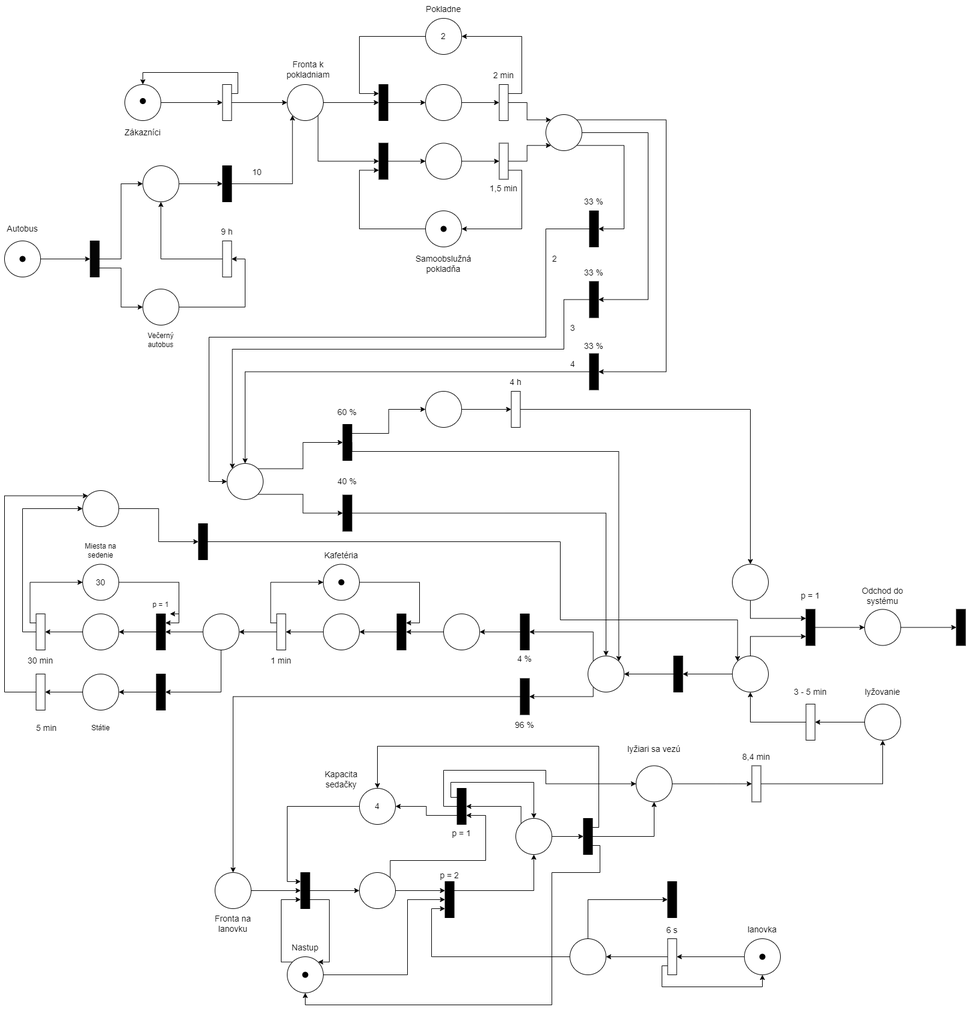
Dusko-8/IMS keeps this draw.io diagram as docs/petriho-siet.png. Above is the earlier version. Source tidied: cells renumbered, new cells last; positions are measured from the earlier drawing's top-left corner, leaving out a move shared by most shapes.
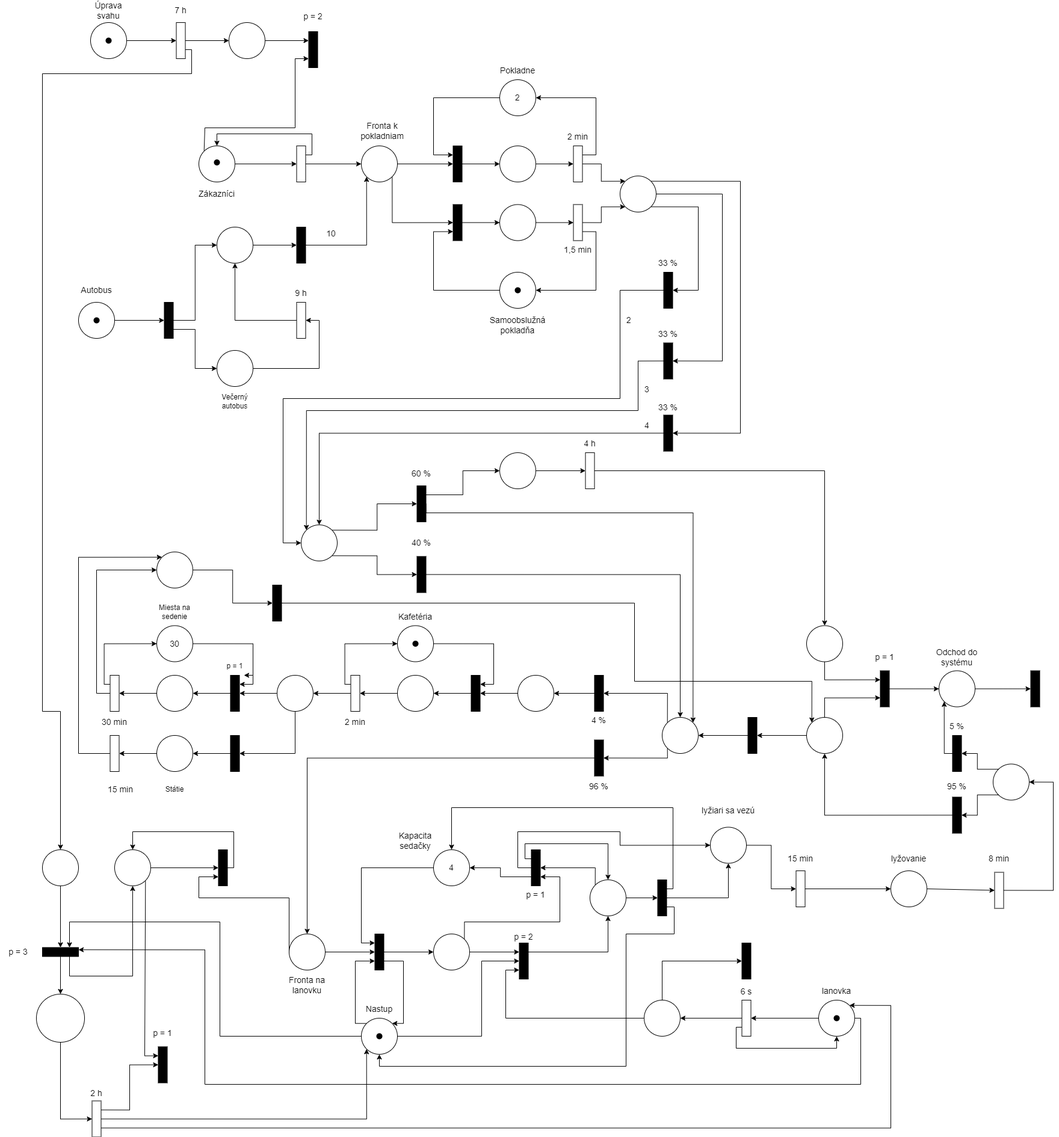
After the change.

Diff of the diagram source:
```diff
@@ -181,3 +181,3 @@
     </mxCell>
-    <mxCell id="41" style="endArrow=classic;html=1;rounded=0;exitX=1;exitY=0.5;exitDx=0;exitDy=0;exitPerimeter=0;entryX=0.5;entryY=0;entryDx=0;entryDy=0;" parent="1" edge="1" source="34" target="42">
+    <mxCell id="41" style="endArrow=classic;html=1;rounded=0;exitX=1;exitY=0.5;exitDx=0;exitDy=0;exitPerimeter=0;entryX=0.5;entryY=0;entryDx=0;entryDy=0;edgeStyle=orthogonalEdgeStyle;" parent="1" edge="1" source="34" target="42">
       <mxGeometry relative="1" as="geometry" />
@@ -185,6 +185,6 @@
     <mxCell id="42" style="rounded=0;whiteSpace=wrap;html=1;rotation=-90;fillColor=#FFFFFF;" parent="1" vertex="1">
-      <mxGeometry x="1220" y="1295" width="60" height="15" as="geometry" />
+      <mxGeometry x="1170" y="1367.5" width="60" height="15" as="geometry" />
     </mxCell>
-    <mxCell id="43" value="&lt;font style=&quot;font-size: 14px;&quot;&gt;8,4 min&lt;/font&gt;" style="text;html=1;strokeColor=none;fillColor=none;align=center;verticalAlign=middle;whiteSpace=wrap;rounded=0;" parent="1" vertex="1">
-      <mxGeometry x="1220" y="1242.5" width="60" height="30" as="geometry" />
+    <mxCell id="43" value="&lt;font style=&quot;font-size: 14px;&quot;&gt;15 min&lt;/font&gt;" style="text;html=1;strokeColor=none;fillColor=none;align=center;verticalAlign=middle;whiteSpace=wrap;rounded=0;" parent="1" vertex="1">
+      <mxGeometry x="1170" y="1310" width="60" height="30" as="geometry" />
     </mxCell>
@@ -196,3 +196,3 @@
     </mxCell>
-    <mxCell id="46" style="endArrow=classic;html=1;rounded=0;exitX=0.5;exitY=1;exitDx=0;exitDy=0;entryX=0.5;entryY=1;entryDx=0;entryDy=0;entryPerimeter=0;edgeStyle=orthogonalEdgeStyle;" parent="1" edge="1" source="42" target="47">
+    <mxCell id="46" style="endArrow=classic;html=1;rounded=0;exitX=0.5;exitY=1;exitDx=0;exitDy=0;edgeStyle=orthogonalEdgeStyle;entryX=0;entryY=0.5;entryDx=0;entryDy=0;entryPerimeter=0;" parent="1" edge="1" source="42" target="47">
       <mxGeometry relative="1" as="geometry" />
@@ -200,5 +200,5 @@
     <mxCell id="47" style="verticalLabelPosition=bottom;verticalAlign=top;html=1;shape=mxgraph.flowchart.on-page_reference;fillColor=none;" parent="1" vertex="1">
-      <mxGeometry x="1430" y="1170" width="60" height="60" as="geometry" />
+      <mxGeometry x="1350" y="1345" width="60" height="60" as="geometry" />
     </mxCell>
-    <mxCell id="48" style="endArrow=classic;html=1;rounded=0;exitX=0;exitY=0.5;exitDx=0;exitDy=0;exitPerimeter=0;entryX=0.5;entryY=1;entryDx=0;entryDy=0;" parent="1" edge="1" source="47" target="49">
+    <mxCell id="48" style="endArrow=classic;html=1;rounded=0;exitX=1;exitY=0.5;exitDx=0;exitDy=0;exitPerimeter=0;entryX=0.5;entryY=0;entryDx=0;entryDy=0;" parent="1" edge="1" source="47" target="49">
       <mxGeometry relative="1" as="geometry" />
@@ -206,8 +206,8 @@
     <mxCell id="49" style="rounded=0;whiteSpace=wrap;html=1;rotation=-90;fillColor=#FFFFFF;" parent="1" vertex="1">
-      <mxGeometry x="1310" y="1192.5" width="60" height="15" as="geometry" />
+      <mxGeometry x="1500" y="1370" width="60" height="15" as="geometry" />
     </mxCell>
-    <mxCell id="50" value="&lt;font style=&quot;font-size: 14px;&quot;&gt;3 - 5 min&lt;/font&gt;" style="text;html=1;strokeColor=none;fillColor=none;align=center;verticalAlign=middle;whiteSpace=wrap;rounded=0;" parent="1" vertex="1">
-      <mxGeometry x="1310" y="1135" width="60" height="30" as="geometry" />
+    <mxCell id="50" value="&lt;font style=&quot;font-size: 14px;&quot;&gt;8 min&lt;/font&gt;" style="text;html=1;strokeColor=none;fillColor=none;align=center;verticalAlign=middle;whiteSpace=wrap;rounded=0;" parent="1" vertex="1">
+      <mxGeometry x="1500" y="1310" width="60" height="30" as="geometry" />
     </mxCell>
-    <mxCell id="51" style="endArrow=classic;html=1;rounded=0;exitX=0.5;exitY=0;exitDx=0;exitDy=0;edgeStyle=orthogonalEdgeStyle;entryX=0.5;entryY=1;entryDx=0;entryDy=0;entryPerimeter=0;" parent="1" edge="1" source="49" target="139">
+    <mxCell id="51" style="endArrow=classic;html=1;rounded=0;edgeStyle=orthogonalEdgeStyle;entryX=0.5;entryY=1;entryDx=0;entryDy=0;entryPerimeter=0;exitX=0.5;exitY=0;exitDx=0;exitDy=0;" parent="1" edge="1" source="248" target="139">
       <mxGeometry relative="1" as="geometry" />
@@ -564,3 +564,3 @@
     <mxCell id="149" value="&lt;font style=&quot;font-size: 14px;&quot;&gt;lyžovanie&lt;/font&gt;" style="text;html=1;strokeColor=none;fillColor=none;align=center;verticalAlign=middle;whiteSpace=wrap;rounded=0;" parent="1" vertex="1">
-      <mxGeometry x="1420" y="1135" width="80" height="30" as="geometry" />
+      <mxGeometry x="1340" y="1310" width="80" height="30" as="geometry" />
     </mxCell>
@@ -681,3 +681,3 @@
     </mxCell>
-    <mxCell id="183" value="&lt;font style=&quot;font-size: 14px;&quot;&gt;1 min&lt;/font&gt;" style="text;html=1;strokeColor=none;fillColor=none;align=center;verticalAlign=middle;whiteSpace=wrap;rounded=0;" parent="1" vertex="1">
+    <mxCell id="183" value="&lt;font style=&quot;font-size: 14px;&quot;&gt;2 min&lt;/font&gt;" style="text;html=1;strokeColor=none;fillColor=none;align=center;verticalAlign=middle;whiteSpace=wrap;rounded=0;" parent="1" vertex="1">
       <mxGeometry x="430" y="1082.5" width="60" height="30" as="geometry" />
@@ -687,3 +687,3 @@
     </mxCell>
-    <mxCell id="185" value="&lt;font style=&quot;font-size: 14px;&quot;&gt;5 min&lt;/font&gt;" style="text;html=1;strokeColor=none;fillColor=none;align=center;verticalAlign=middle;whiteSpace=wrap;rounded=0;" parent="1" vertex="1">
+    <mxCell id="185" value="&lt;font style=&quot;font-size: 14px;&quot;&gt;15 min&lt;/font&gt;" style="text;html=1;strokeColor=none;fillColor=none;align=center;verticalAlign=middle;whiteSpace=wrap;rounded=0;" parent="1" vertex="1">
       <mxGeometry x="40" y="1195" width="60" height="30" as="geometry" />
@@ -796,2 +796,196 @@
     </mxCell>
+    <mxCell id="209" style="verticalLabelPosition=bottom;verticalAlign=top;html=1;shape=mxgraph.flowchart.on-page_reference;fillColor=none;" parent="1" vertex="1">
+      <mxGeometry x="20" y="-65" width="60" height="60" as="geometry" />
+    </mxCell>
+    <mxCell id="210" style="shape=waypoint;sketch=0;fillStyle=solid;size=6;fillColor=none;perimeter=centerPerimeter;strokeWidth=3;" parent="1" vertex="1">
+      <mxGeometry x="40" y="-45" width="20" height="20" as="geometry" />
+    </mxCell>
+    <mxCell id="211" value="&lt;font style=&quot;font-size: 14px;&quot;&gt;Úprava svahu&lt;/font&gt;" style="text;html=1;strokeColor=none;fillColor=none;align=center;verticalAlign=middle;whiteSpace=wrap;rounded=0;" parent="1" vertex="1">
+      <mxGeometry x="20" y="-100" width="60" height="30" as="geometry" />
+    </mxCell>
+    <mxCell id="212" style="endArrow=classic;html=1;rounded=0;exitX=1;exitY=0.5;exitDx=0;exitDy=0;exitPerimeter=0;entryX=0.5;entryY=0;entryDx=0;entryDy=0;" parent="1" edge="1" source="209" target="213">
+      <mxGeometry relative="1" as="geometry" />
+    </mxCell>
+    <mxCell id="213" style="rounded=0;whiteSpace=wrap;html=1;rotation=-90;fillColor=none;" parent="1" vertex="1">
+      <mxGeometry x="140" y="-42.5" width="60" height="15" as="geometry" />
+    </mxCell>
+    <mxCell id="214" value="&lt;font style=&quot;font-size: 14px;&quot;&gt;7 h&lt;/font&gt;" style="text;html=1;strokeColor=none;fillColor=none;align=center;verticalAlign=middle;whiteSpace=wrap;rounded=0;" parent="1" vertex="1">
+      <mxGeometry x="140" y="-100" width="60" height="30" as="geometry" />
+    </mxCell>
+    <mxCell id="215" style="endArrow=classic;html=1;rounded=0;exitX=0.5;exitY=1;exitDx=0;exitDy=0;entryX=0;entryY=0.5;entryDx=0;entryDy=0;entryPerimeter=0;" parent="1" edge="1" source="213" target="216">
+      <mxGeometry relative="1" as="geometry" />
+    </mxCell>
+    <mxCell id="216" style="verticalLabelPosition=bottom;verticalAlign=top;html=1;shape=mxgraph.flowchart.on-page_reference;fillColor=none;" parent="1" vertex="1">
+      <mxGeometry x="250" y="-65" width="60" height="60" as="geometry" />
+    </mxCell>
+    <mxCell id="217" style="rounded=0;whiteSpace=wrap;html=1;rotation=-90;fillColor=#000000;" parent="1" vertex="1">
+      <mxGeometry x="360" y="-27.5" width="60" height="15" as="geometry" />
+    </mxCell>
+    <mxCell id="218" style="endArrow=classic;html=1;rounded=0;exitX=1;exitY=0.5;exitDx=0;exitDy=0;exitPerimeter=0;entryX=0.75;entryY=0;entryDx=0;entryDy=0;" parent="1" edge="1" source="216" target="217">
+      <mxGeometry relative="1" as="geometry" />
+    </mxCell>
+    <mxCell id="219" style="endArrow=classic;html=1;rounded=0;exitX=0.145;exitY=0.145;exitDx=0;exitDy=0;exitPerimeter=0;edgeStyle=orthogonalEdgeStyle;entryX=0.25;entryY=0;entryDx=0;entryDy=0;" parent="1" edge="1" source="97" target="217">
+      <mxGeometry relative="1" as="geometry">
+        <Array as="points">
+          <mxPoint x="210" y="149" />
+          <mxPoint x="210" y="110" />
+          <mxPoint x="360" y="110" />
+          <mxPoint x="360" y="-5" />
+        </Array>
+      </mxGeometry>
+    </mxCell>
+    <mxCell id="220" value="&lt;font style=&quot;font-size: 14px;&quot;&gt;p = 2&lt;/font&gt;" style="text;html=1;strokeColor=none;fillColor=none;align=center;verticalAlign=middle;whiteSpace=wrap;rounded=0;" parent="1" vertex="1">
+      <mxGeometry x="360" y="-90" width="60" height="30" as="geometry" />
+    </mxCell>
+    <mxCell id="221" style="endArrow=classic;html=1;rounded=0;exitX=0.25;exitY=1;exitDx=0;exitDy=0;edgeStyle=orthogonalEdgeStyle;entryX=0.5;entryY=0;entryDx=0;entryDy=0;entryPerimeter=0;" parent="1" edge="1" source="213" target="222">
+      <mxGeometry relative="1" as="geometry">
+        <Array as="points">
+          <mxPoint x="188" y="-20" />
+          <mxPoint x="188" y="20" />
+          <mxPoint x="-60" y="20" />
+          <mxPoint x="-60" y="1080" />
+          <mxPoint x="-30" y="1080" />
+        </Array>
+      </mxGeometry>
+    </mxCell>
+    <mxCell id="222" style="verticalLabelPosition=bottom;verticalAlign=top;html=1;shape=mxgraph.flowchart.on-page_reference;fillColor=none;" parent="1" vertex="1">
+      <mxGeometry x="-60" y="1310" width="60" height="60" as="geometry" />
+    </mxCell>
+    <mxCell id="223" style="endArrow=classic;html=1;rounded=0;exitX=0.5;exitY=1;exitDx=0;exitDy=0;exitPerimeter=0;entryX=0.5;entryY=1;entryDx=0;entryDy=0;" parent="1" edge="1" source="222" target="224">
+      <mxGeometry relative="1" as="geometry" />
+    </mxCell>
+    <mxCell id="224" style="rounded=0;whiteSpace=wrap;html=1;rotation=-180;fillColor=#000000;" parent="1" vertex="1">
+      <mxGeometry x="-60" y="1472.5" width="60" height="15" as="geometry" />
+    </mxCell>
+    <mxCell id="225" style="endArrow=classic;html=1;rounded=0;exitX=0;exitY=0.5;exitDx=0;exitDy=0;exitPerimeter=0;entryX=0.25;entryY=1;entryDx=0;entryDy=0;edgeStyle=orthogonalEdgeStyle;" parent="1" edge="1" source="7" target="224">
+      <mxGeometry relative="1" as="geometry">
+        <Array as="points">
+          <mxPoint x="235" y="1620" />
+          <mxPoint x="235" y="1430" />
+          <mxPoint x="-15" y="1430" />
+        </Array>
+      </mxGeometry>
+    </mxCell>
+    <mxCell id="226" value="&lt;font style=&quot;font-size: 14px;&quot;&gt;p = 3&lt;/font&gt;" style="text;html=1;strokeColor=none;fillColor=none;align=center;verticalAlign=middle;whiteSpace=wrap;rounded=0;" parent="1" vertex="1">
+      <mxGeometry x="-130" y="1465" width="60" height="30" as="geometry" />
+    </mxCell>
+    <mxCell id="227" style="endArrow=classic;html=1;rounded=0;exitX=1;exitY=0.5;exitDx=0;exitDy=0;exitPerimeter=0;entryX=0;entryY=0.75;entryDx=0;entryDy=0;edgeStyle=orthogonalEdgeStyle;" parent="1" edge="1" source="19" target="224">
+      <mxGeometry relative="1" as="geometry">
+        <Array as="points">
+          <mxPoint x="1300" y="1590" />
+          <mxPoint x="1300" y="1700" />
+          <mxPoint x="210" y="1700" />
+          <mxPoint x="210" y="1476" />
+        </Array>
+      </mxGeometry>
+    </mxCell>
+    <mxCell id="228" style="endArrow=classic;html=1;rounded=0;exitX=0.5;exitY=0;exitDx=0;exitDy=0;entryX=0.5;entryY=0;entryDx=0;entryDy=0;" parent="1" edge="1" source="224" target="229">
+      <mxGeometry relative="1" as="geometry" />
+    </mxCell>
+    <mxCell id="229" style="ellipse;whiteSpace=wrap;html=1;" parent="1" vertex="1">
+      <mxGeometry x="-70" y="1550" width="80" height="80" as="geometry" />
+    </mxCell>
+    <mxCell id="230" style="rounded=0;whiteSpace=wrap;html=1;rotation=90;fillColor=none;" parent="1" vertex="1">
+      <mxGeometry y="1750" width="60" height="15" as="geometry" />
+    </mxCell>
+    <mxCell id="231" style="endArrow=classic;html=1;rounded=0;exitX=0.5;exitY=1;exitDx=0;exitDy=0;entryX=0.5;entryY=1;entryDx=0;entryDy=0;edgeStyle=orthogonalEdgeStyle;" parent="1" edge="1" source="229" target="230">
+      <mxGeometry relative="1" as="geometry" />
+    </mxCell>
+    <mxCell id="232" value="&lt;font style=&quot;font-size: 14px;&quot;&gt;2 h&lt;/font&gt;" style="text;html=1;strokeColor=none;fillColor=none;align=center;verticalAlign=middle;whiteSpace=wrap;rounded=0;" parent="1" vertex="1">
+      <mxGeometry y="1700" width="60" height="30" as="geometry" />
+    </mxCell>
+    <mxCell id="233" style="endArrow=classic;html=1;rounded=0;exitX=0.5;exitY=0;exitDx=0;exitDy=0;entryX=0.145;entryY=0.855;entryDx=0;entryDy=0;entryPerimeter=0;edgeStyle=orthogonalEdgeStyle;" parent="1" edge="1" source="230" target="7">
+      <mxGeometry relative="1" as="geometry" />
+    </mxCell>
+    <mxCell id="234" style="endArrow=classic;html=1;rounded=0;exitX=0.75;exitY=0;exitDx=0;exitDy=0;entryX=0.855;entryY=0.145;entryDx=0;entryDy=0;entryPerimeter=0;edgeStyle=orthogonalEdgeStyle;" parent="1" edge="1" source="230" target="19">
+      <mxGeometry relative="1" as="geometry">
+        <Array as="points">
+          <mxPoint x="1350" y="1773" />
+          <mxPoint x="1350" y="1569" />
+        </Array>
+      </mxGeometry>
+    </mxCell>
+    <mxCell id="235" style="endArrow=classic;html=1;rounded=0;exitX=0.25;exitY=0;exitDx=0;exitDy=0;entryX=0.5;entryY=1;entryDx=0;entryDy=0;entryPerimeter=0;edgeStyle=orthogonalEdgeStyle;" parent="1" edge="1" source="224" target="236">
+      <mxGeometry relative="1" as="geometry">
+        <Array as="points">
+          <mxPoint x="-15" y="1520" />
+          <mxPoint x="90" y="1520" />
+        </Array>
+      </mxGeometry>
+    </mxCell>
+    <mxCell id="236" style="verticalLabelPosition=bottom;verticalAlign=top;html=1;shape=mxgraph.flowchart.on-page_reference;fillColor=none;" parent="1" vertex="1">
+      <mxGeometry x="60" y="1310" width="60" height="60" as="geometry" />
+    </mxCell>
+    <mxCell id="237" style="endArrow=classic;html=1;rounded=0;exitX=1;exitY=0.5;exitDx=0;exitDy=0;exitPerimeter=0;entryX=0.5;entryY=0;entryDx=0;entryDy=0;" parent="1" edge="1" source="236" target="238">
+      <mxGeometry relative="1" as="geometry" />
+    </mxCell>
+    <mxCell id="238" style="rounded=0;whiteSpace=wrap;html=1;rotation=-90;fillColor=#000000;" parent="1" vertex="1">
+      <mxGeometry x="210" y="1332.5" width="60" height="15" as="geometry" />
+    </mxCell>
+    <mxCell id="239" style="endArrow=classic;html=1;rounded=0;exitX=0;exitY=0.5;exitDx=0;exitDy=0;exitPerimeter=0;entryX=0.25;entryY=0;entryDx=0;entryDy=0;edgeStyle=orthogonalEdgeStyle;" parent="1" edge="1" source="2" target="238">
+      <mxGeometry relative="1" as="geometry">
+        <Array as="points">
+          <mxPoint x="350" y="1390" />
+          <mxPoint x="200" y="1390" />
+          <mxPoint x="200" y="1355" />
+        </Array>
+      </mxGeometry>
+    </mxCell>
+    <mxCell id="240" style="endArrow=classic;html=1;rounded=0;exitX=0.5;exitY=1;exitDx=0;exitDy=0;entryX=0.5;entryY=0;entryDx=0;entryDy=0;entryPerimeter=0;edgeStyle=orthogonalEdgeStyle;" parent="1" edge="1" source="238" target="236">
+      <mxGeometry relative="1" as="geometry">
+        <Array as="points">
+          <mxPoint x="258" y="1340" />
+          <mxPoint x="258" y="1280" />
+          <mxPoint x="90" y="1280" />
+        </Array>
+      </mxGeometry>
+    </mxCell>
+    <mxCell id="241" style="endArrow=classic;html=1;rounded=0;exitX=0.855;exitY=0.855;exitDx=0;exitDy=0;exitPerimeter=0;entryX=0.75;entryY=0;entryDx=0;entryDy=0;edgeStyle=orthogonalEdgeStyle;" parent="1" edge="1" source="236" target="242">
+      <mxGeometry relative="1" as="geometry">
+        <Array as="points">
+          <mxPoint x="110" y="1653" />
+        </Array>
+      </mxGeometry>
+    </mxCell>
+    <mxCell id="242" style="rounded=0;whiteSpace=wrap;html=1;rotation=-90;fillColor=#000000;" parent="1" vertex="1">
+      <mxGeometry x="110" y="1660" width="60" height="15" as="geometry" />
+    </mxCell>
+    <mxCell id="243" style="endArrow=classic;html=1;rounded=0;exitX=0.25;exitY=0;exitDx=0;exitDy=0;entryX=0.5;entryY=0;entryDx=0;entryDy=0;edgeStyle=orthogonalEdgeStyle;" parent="1" edge="1" source="230" target="242">
+      <mxGeometry relative="1" as="geometry" />
+    </mxCell>
+    <mxCell id="244" value="&lt;font style=&quot;font-size: 14px;&quot;&gt;p = 1&lt;/font&gt;" style="text;html=1;strokeColor=none;fillColor=none;align=center;verticalAlign=middle;whiteSpace=wrap;rounded=0;" parent="1" vertex="1">
+      <mxGeometry x="110" y="1600" width="60" height="30" as="geometry" />
+    </mxCell>
+    <mxCell id="245" style="verticalLabelPosition=bottom;verticalAlign=top;html=1;shape=mxgraph.flowchart.on-page_reference;fillColor=none;" parent="1" vertex="1">
+      <mxGeometry x="1520" y="1167.5" width="60" height="60" as="geometry" />
+    </mxCell>
+    <mxCell id="246" style="endArrow=classic;html=1;rounded=0;exitX=0.5;exitY=1;exitDx=0;exitDy=0;entryX=1;entryY=0.5;entryDx=0;entryDy=0;entryPerimeter=0;edgeStyle=orthogonalEdgeStyle;" parent="1" edge="1" source="49" target="245">
+      <mxGeometry relative="1" as="geometry">
+        <Array as="points">
+          <mxPoint x="1620" y="1378" />
+          <mxPoint x="1620" y="1198" />
+        </Array>
+      </mxGeometry>
+    </mxCell>
+    <mxCell id="247" style="rounded=0;whiteSpace=wrap;html=1;rotation=-90;fillColor=#000000;" parent="1" vertex="1">
+      <mxGeometry x="1430" y="1142.5" width="60" height="15" as="geometry" />
+    </mxCell>
+    <mxCell id="248" style="rounded=0;whiteSpace=wrap;html=1;rotation=-90;fillColor=#000000;" parent="1" vertex="1">
+      <mxGeometry x="1430" y="1245" width="60" height="15" as="geometry" />
+    </mxCell>
+    <mxCell id="249" value="&lt;font style=&quot;font-size: 14px;&quot;&gt;95 %&lt;/font&gt;" style="text;html=1;strokeColor=none;fillColor=none;align=center;verticalAlign=middle;whiteSpace=wrap;rounded=0;" parent="1" vertex="1">
+      <mxGeometry x="1430" y="1190" width="60" height="30" as="geometry" />
+    </mxCell>
+    <mxCell id="250" value="&lt;font style=&quot;font-size: 14px;&quot;&gt;5 %&lt;/font&gt;" style="text;html=1;strokeColor=none;fillColor=none;align=center;verticalAlign=middle;whiteSpace=wrap;rounded=0;" parent="1" vertex="1">
+      <mxGeometry x="1430" y="1090" width="60" height="30" as="geometry" />
+    </mxCell>
+    <mxCell id="251" style="endArrow=classic;html=1;rounded=0;exitX=0.145;exitY=0.145;exitDx=0;exitDy=0;exitPerimeter=0;entryX=0.5;entryY=1;entryDx=0;entryDy=0;edgeStyle=orthogonalEdgeStyle;" parent="1" edge="1" source="245" target="247">
+      <mxGeometry relative="1" as="geometry" />
+    </mxCell>
+    <mxCell id="252" style="endArrow=classic;html=1;rounded=0;exitX=0.145;exitY=0.855;exitDx=0;exitDy=0;exitPerimeter=0;entryX=0.5;entryY=1;entryDx=0;entryDy=0;edgeStyle=orthogonalEdgeStyle;" parent="1" edge="1" source="245" target="248">
+      <mxGeometry relative="1" as="geometry" />
+    </mxCell>
+    <mxCell id="253" style="endArrow=classic;html=1;rounded=0;exitX=0.5;exitY=0;exitDx=0;exitDy=0;entryX=0.145;entryY=0.855;entryDx=0;entryDy=0;entryPerimeter=0;edgeStyle=orthogonalEdgeStyle;" parent="1" edge="1" source="247" target="144">
+      <mxGeometry relative="1" as="geometry" />
+    </mxCell>
   </root>
```
